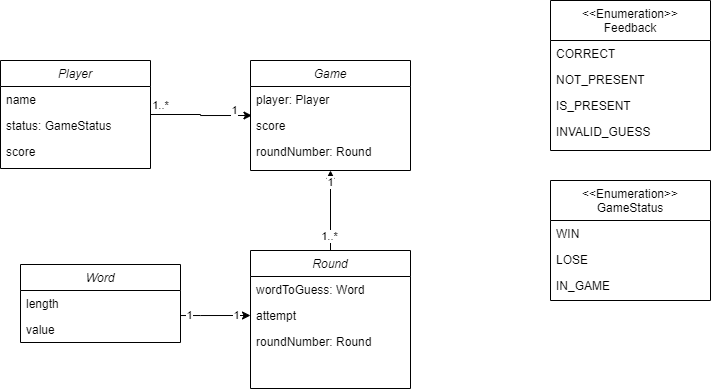
L-Sterk/cisq1-lingo keeps this draw.io diagram as Documents/Lingo_Domain_Model.png. Above is the earlier version. Source tidied: cells renumbered, new cells last; positions are measured from the earlier drawing's top-left corner, leaving out a move shared by most shapes.
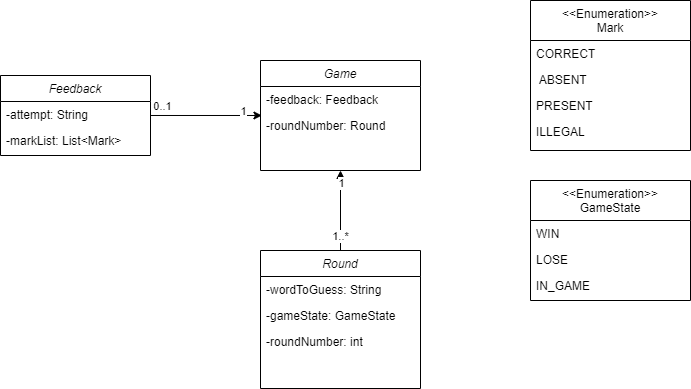
After the commit.

Commit message:
Domain model updated

Change to the diagram source:
```diff
@@ -5,112 +5,83 @@
     <mxCell id="2" value="Game" style="swimlane;fontStyle=2;align=center;verticalAlign=top;horizontal=1;startSize=26;rounded=0;shadow=0;strokeWidth=1;" parent="1" vertex="1">
       <mxGeometry x="250" y="60" width="160" height="110" as="geometry" />
     </mxCell>
-    <mxCell id="3" value="player: Player" style="text;align=left;verticalAlign=top;spacingLeft=4;spacingRight=4;overflow=hidden;" parent="2" vertex="1">
+    <mxCell id="3" value="-feedback: Feedback" style="text;align=left;verticalAlign=top;spacingLeft=4;spacingRight=4;overflow=hidden;" parent="2" vertex="1">
       <mxGeometry y="26" width="160" height="26" as="geometry" />
     </mxCell>
-    <mxCell id="4" value="score" style="text;align=left;verticalAlign=top;spacingLeft=4;spacingRight=4;overflow=hidden;points=[[0,0.5],[1,0.5]];portConstraint=eastwest;rounded=0;shadow=0;html=0;" parent="2" vertex="1">
+    <mxCell id="4" value="-roundNumber: Round" style="text;align=left;verticalAlign=top;spacingLeft=4;spacingRight=4;overflow=hidden;points=[[0,0.5],[1,0.5]];portConstraint=eastwest;rounded=0;shadow=0;html=0;" parent="2" vertex="1">
       <mxGeometry y="52" width="160" height="26" as="geometry" />
     </mxCell>
-    <mxCell id="5" value="roundNumber: Round" style="text;align=left;verticalAlign=top;spacingLeft=4;spacingRight=4;overflow=hidden;rounded=0;shadow=0;html=0;" parent="2" vertex="1">
-      <mxGeometry y="78" width="160" height="26" as="geometry" />
+    <mxCell id="5" value="&lt;&lt;Enumeration&gt;&gt;&#10;Mark" style="swimlane;fontStyle=0;align=center;verticalAlign=top;horizontal=1;startSize=40;rounded=0;shadow=0;strokeWidth=1;" parent="1" vertex="1">
+      <mxGeometry x="520" width="160" height="150" as="geometry" />
     </mxCell>
-    <mxCell id="6" value="&lt;&lt;Enumeration&gt;&gt;&#10;Feedback&#10;" style="swimlane;fontStyle=0;align=center;verticalAlign=top;horizontal=1;startSize=40;rounded=0;shadow=0;strokeWidth=1;" parent="1" vertex="1">
-      <mxGeometry x="550" width="160" height="150" as="geometry" />
+    <mxCell id="6" value="CORRECT" style="text;align=left;verticalAlign=top;spacingLeft=4;spacingRight=4;overflow=hidden;" parent="5" vertex="1">
+      <mxGeometry y="40" width="160" height="26" as="geometry" />
     </mxCell>
-    <mxCell id="7" value="CORRECT" style="text;align=left;verticalAlign=top;spacingLeft=4;spacingRight=4;overflow=hidden;" parent="6" vertex="1">
-      <mxGeometry y="40" width="160" height="26" as="geometry" />
+    <mxCell id="7" value=" ABSENT" style="text;align=left;verticalAlign=top;spacingLeft=4;spacingRight=4;overflow=hidden;rounded=0;shadow=0;html=0;" parent="5" vertex="1">
+      <mxGeometry y="66" width="160" height="26" as="geometry" />
     </mxCell>
-    <mxCell id="8" value="NOT_PRESENT" style="text;align=left;verticalAlign=top;spacingLeft=4;spacingRight=4;overflow=hidden;rounded=0;shadow=0;html=0;" parent="6" vertex="1">
-      <mxGeometry y="66" width="160" height="26" as="geometry" />
+    <mxCell id="8" value="PRESENT" style="text;align=left;verticalAlign=top;spacingLeft=4;spacingRight=4;overflow=hidden;rounded=0;shadow=0;html=0;" parent="5" vertex="1">
+      <mxGeometry y="92" width="160" height="26" as="geometry" />
     </mxCell>
-    <mxCell id="9" value="IS_PRESENT" style="text;align=left;verticalAlign=top;spacingLeft=4;spacingRight=4;overflow=hidden;rounded=0;shadow=0;html=0;" parent="6" vertex="1">
-      <mxGeometry y="92" width="160" height="26" as="geometry" />
+    <mxCell id="9" value="ILLEGAL" style="text;align=left;verticalAlign=top;spacingLeft=4;spacingRight=4;overflow=hidden;rounded=0;shadow=0;html=0;" parent="5" vertex="1">
+      <mxGeometry y="118" width="160" height="26" as="geometry" />
     </mxCell>
-    <mxCell id="10" value="INVALID_GUESS" style="text;align=left;verticalAlign=top;spacingLeft=4;spacingRight=4;overflow=hidden;rounded=0;shadow=0;html=0;" parent="6" vertex="1">
-      <mxGeometry y="118" width="160" height="26" as="geometry" />
+    <mxCell id="10" style="edgeStyle=orthogonalEdgeStyle;rounded=0;jettySize=auto;html=1;exitX=0.5;exitY=0;exitDx=0;exitDy=0;entryX=0.5;entryY=1;entryDx=0;entryDy=0;" parent="1" edge="1" source="13" target="2">
+      <mxGeometry relative="1" as="geometry" />
     </mxCell>
-    <mxCell id="11" style="edgeStyle=orthogonalEdgeStyle;rounded=0;jettySize=auto;html=1;exitX=0.5;exitY=0;exitDx=0;exitDy=0;entryX=0.5;entryY=1;entryDx=0;entryDy=0;" parent="1" edge="1" source="14" target="2">
-      <mxGeometry relative="1" as="geometry" />
+    <mxCell id="11" value="1" style="edgeLabel;html=1;align=center;verticalAlign=middle;" parent="10" vertex="1">
+      <mxGeometry x="0.7" relative="1" as="geometry" />
     </mxCell>
-    <mxCell id="12" value="1" style="edgeLabel;html=1;align=center;verticalAlign=middle;" parent="11" vertex="1">
-      <mxGeometry x="0.7" relative="1" as="geometry" />
+    <mxCell id="12" value="1..*" style="edgeLabel;html=1;align=center;verticalAlign=middle;" parent="10" vertex="1">
+      <mxGeometry x="-0.64" y="1" relative="1" as="geometry" />
     </mxCell>
-    <mxCell id="13" value="1..*" style="edgeLabel;html=1;align=center;verticalAlign=middle;points=[];" parent="11" vertex="1">
-      <mxGeometry x="-0.64" y="1" relative="1" as="geometry" />
+    <mxCell id="13" value="Round" style="swimlane;fontStyle=2;align=center;verticalAlign=top;horizontal=1;startSize=26;rounded=0;shadow=0;strokeWidth=1;" parent="1" vertex="1">
+      <mxGeometry x="250" y="250" width="160" height="138" as="geometry" />
     </mxCell>
-    <mxCell id="14" value="Round" style="swimlane;fontStyle=2;align=center;verticalAlign=top;horizontal=1;startSize=26;rounded=0;shadow=0;strokeWidth=1;" parent="1" vertex="1">
-      <mxGeometry x="250" y="250" width="160" height="138" as="geometry" />
+    <mxCell id="14" value="-wordToGuess: String" style="text;align=left;verticalAlign=top;spacingLeft=4;spacingRight=4;overflow=hidden;points=[[0,0.5],[1,0.5]];portConstraint=eastwest;" parent="13" vertex="1">
+      <mxGeometry y="26" width="160" height="26" as="geometry" />
     </mxCell>
-    <mxCell id="15" value="wordToGuess: Word" style="text;align=left;verticalAlign=top;spacingLeft=4;spacingRight=4;overflow=hidden;" parent="14" vertex="1">
-      <mxGeometry y="26" width="160" height="26" as="geometry" />
+    <mxCell id="15" value="-gameState: GameState" style="text;align=left;verticalAlign=top;spacingLeft=4;spacingRight=4;overflow=hidden;rounded=0;shadow=0;html=0;" parent="13" vertex="1">
+      <mxGeometry y="52" width="160" height="26" as="geometry" />
     </mxCell>
-    <mxCell id="16" value="attempt" style="text;align=left;verticalAlign=top;spacingLeft=4;spacingRight=4;overflow=hidden;points=[[0,0.5],[1,0.5]];portConstraint=eastwest;rounded=0;shadow=0;html=0;" parent="14" vertex="1">
-      <mxGeometry y="52" width="160" height="26" as="geometry" />
+    <mxCell id="16" value="-roundNumber: int" style="text;align=left;verticalAlign=top;spacingLeft=4;spacingRight=4;overflow=hidden;points=[[0,0.5],[1,0.5]];portConstraint=eastwest;rounded=0;shadow=0;html=0;" parent="13" vertex="1">
+      <mxGeometry y="78" width="160" height="26" as="geometry" />
     </mxCell>
-    <mxCell id="17" value="roundNumber: Round" style="text;align=left;verticalAlign=top;spacingLeft=4;spacingRight=4;overflow=hidden;rounded=0;shadow=0;html=0;" parent="14" vertex="1">
-      <mxGeometry y="78" width="160" height="26" as="geometry" />
+    <mxCell id="17" style="edgeStyle=orthogonalEdgeStyle;rounded=0;jettySize=auto;html=1;entryX=0.009;entryY=0.115;entryDx=0;entryDy=0;entryPerimeter=0;" parent="1" edge="1" source="20">
+      <mxGeometry relative="1" as="geometry">
+        <mxPoint x="251.4" y="115" as="targetPoint" />
+      </mxGeometry>
     </mxCell>
-    <mxCell id="18" style="edgeStyle=orthogonalEdgeStyle;rounded=0;jettySize=auto;html=1;entryX=0;entryY=0.5;entryDx=0;entryDy=0;" parent="1" edge="1" source="21" target="16">
-      <mxGeometry relative="1" as="geometry">
-        <Array as="points">
-          <mxPoint x="200" y="315" />
-          <mxPoint x="200" y="315" />
-        </Array>
+    <mxCell id="18" value="0..1" style="edgeLabel;html=1;align=center;verticalAlign=middle;" parent="17" vertex="1">
+      <mxGeometry x="-0.66" y="-3" relative="1" as="geometry">
+        <mxPoint x="-7.9" y="-12" as="offset" />
       </mxGeometry>
     </mxCell>
-    <mxCell id="19" value="1" style="edgeLabel;html=1;align=center;verticalAlign=middle;" parent="18" vertex="1">
-      <mxGeometry x="-0.74" y="1" relative="1" as="geometry">
-        <mxPoint y="1" as="offset" />
+    <mxCell id="19" value="1" style="edgeLabel;html=1;align=center;verticalAlign=middle;" parent="17" vertex="1">
+      <mxGeometry x="0.66" relative="1" as="geometry">
+        <mxPoint y="-5" as="offset" />
       </mxGeometry>
     </mxCell>
-    <mxCell id="20" value="1" style="edgeLabel;html=1;align=center;verticalAlign=middle;points=[];" parent="18" vertex="1">
-      <mxGeometry x="0.58" relative="1" as="geometry" />
+    <mxCell id="20" value="Feedback" style="swimlane;fontStyle=2;align=center;verticalAlign=top;horizontal=1;startSize=26;rounded=0;shadow=0;strokeWidth=1;" parent="1" vertex="1">
+      <mxGeometry x="-10" y="75" width="150" height="80" as="geometry" />
     </mxCell>
-    <mxCell id="21" value="Word" style="swimlane;fontStyle=2;align=center;verticalAlign=top;horizontal=1;startSize=26;rounded=0;shadow=0;strokeWidth=1;" parent="1" vertex="1">
-      <mxGeometry x="20" y="264" width="160" height="78" as="geometry" />
+    <mxCell id="21" value="-attempt: String" style="text;align=left;verticalAlign=top;spacingLeft=4;spacingRight=4;overflow=hidden;points=[[0,0.5],[1,0.5]];portConstraint=eastwest;" parent="20" vertex="1">
+      <mxGeometry y="26" width="150" height="26" as="geometry" />
     </mxCell>
-    <mxCell id="22" value="length" style="text;align=left;verticalAlign=top;spacingLeft=4;spacingRight=4;overflow=hidden;" parent="21" vertex="1">
-      <mxGeometry y="26" width="160" height="26" as="geometry" />
+    <mxCell id="22" value="-markList: List&lt;Mark&gt;" style="text;align=left;verticalAlign=top;spacingLeft=4;spacingRight=4;overflow=hidden;rounded=0;shadow=0;html=0;" parent="20" vertex="1">
+      <mxGeometry y="52" width="150" height="26" as="geometry" />
     </mxCell>
-    <mxCell id="23" value="value" style="text;align=left;verticalAlign=top;spacingLeft=4;spacingRight=4;overflow=hidden;rounded=0;shadow=0;html=0;" parent="21" vertex="1">
-      <mxGeometry y="52" width="160" height="26" as="geometry" />
+    <mxCell id="23" value="&lt;&lt;Enumeration&gt;&gt;&#10;GameState&#10;" style="swimlane;fontStyle=0;align=center;verticalAlign=top;horizontal=1;startSize=40;rounded=0;shadow=0;strokeWidth=1;" parent="1" vertex="1">
+      <mxGeometry x="520" y="180" width="160" height="120" as="geometry" />
     </mxCell>
-    <mxCell id="24" style="edgeStyle=orthogonalEdgeStyle;rounded=0;jettySize=auto;html=1;entryX=0.009;entryY=0.115;entryDx=0;entryDy=0;entryPerimeter=0;" parent="1" edge="1" source="27" target="4">
-      <mxGeometry relative="1" as="geometry" />
+    <mxCell id="24" value="WIN" style="text;align=left;verticalAlign=top;spacingLeft=4;spacingRight=4;overflow=hidden;" parent="23" vertex="1">
+      <mxGeometry y="40" width="160" height="26" as="geometry" />
     </mxCell>
-    <mxCell id="25" value="1..*" style="edgeLabel;html=1;align=center;verticalAlign=middle;" parent="24" vertex="1">
-      <mxGeometry x="-0.66" y="-3" relative="1" as="geometry">
-        <mxPoint x="-7.9" y="-12" as="offset" />
-      </mxGeometry>
+    <mxCell id="25" value="LOSE" style="text;align=left;verticalAlign=top;spacingLeft=4;spacingRight=4;overflow=hidden;rounded=0;shadow=0;html=0;" parent="23" vertex="1">
+      <mxGeometry y="66" width="160" height="26" as="geometry" />
     </mxCell>
-    <mxCell id="26" value="1" style="edgeLabel;html=1;align=center;verticalAlign=middle;" parent="24" vertex="1">
-      <mxGeometry x="0.66" relative="1" as="geometry">
-        <mxPoint y="-5" as="offset" />
-      </mxGeometry>
+    <mxCell id="26" value="IN_GAME" style="text;align=left;verticalAlign=top;spacingLeft=4;spacingRight=4;overflow=hidden;rounded=0;shadow=0;html=0;" parent="23" vertex="1">
+      <mxGeometry y="92" width="160" height="26" as="geometry" />
     </mxCell>
-    <mxCell id="27" value="Player" style="swimlane;fontStyle=2;align=center;verticalAlign=top;horizontal=1;startSize=26;rounded=0;shadow=0;strokeWidth=1;" parent="1" vertex="1">
-      <mxGeometry y="60" width="150" height="108" as="geometry" />
-    </mxCell>
-    <mxCell id="28" value="name" style="text;align=left;verticalAlign=top;spacingLeft=4;spacingRight=4;overflow=hidden;" parent="27" vertex="1">
-      <mxGeometry y="26" width="150" height="26" as="geometry" />
-    </mxCell>
-    <mxCell id="29" value="status: GameStatus" style="text;align=left;verticalAlign=top;spacingLeft=4;spacingRight=4;overflow=hidden;rounded=0;shadow=0;html=0;" parent="27" vertex="1">
-      <mxGeometry y="52" width="150" height="26" as="geometry" />
-    </mxCell>
-    <mxCell id="30" value="score" style="text;align=left;verticalAlign=top;spacingLeft=4;spacingRight=4;overflow=hidden;rounded=0;shadow=0;html=0;" parent="27" vertex="1">
-      <mxGeometry y="78" width="150" height="26" as="geometry" />
-    </mxCell>
-    <mxCell id="31" value="&lt;&lt;Enumeration&gt;&gt;&#10;GameStatus&#10;" style="swimlane;fontStyle=0;align=center;verticalAlign=top;horizontal=1;startSize=40;rounded=0;shadow=0;strokeWidth=1;" parent="1" vertex="1">
-      <mxGeometry x="550" y="180" width="160" height="120" as="geometry" />
-    </mxCell>
-    <mxCell id="32" value="WIN" style="text;align=left;verticalAlign=top;spacingLeft=4;spacingRight=4;overflow=hidden;" parent="31" vertex="1">
-      <mxGeometry y="40" width="160" height="26" as="geometry" />
-    </mxCell>
-    <mxCell id="33" value="LOSE" style="text;align=left;verticalAlign=top;spacingLeft=4;spacingRight=4;overflow=hidden;rounded=0;shadow=0;html=0;" parent="31" vertex="1">
-      <mxGeometry y="66" width="160" height="26" as="geometry" />
-    </mxCell>
-    <mxCell id="34" value="IN_GAME" style="text;align=left;verticalAlign=top;spacingLeft=4;spacingRight=4;overflow=hidden;rounded=0;shadow=0;html=0;" parent="31" vertex="1">
-      <mxGeometry y="92" width="160" height="26" as="geometry" />
-    </mxCell>
   </root>
 </mxGraphModel>
```
